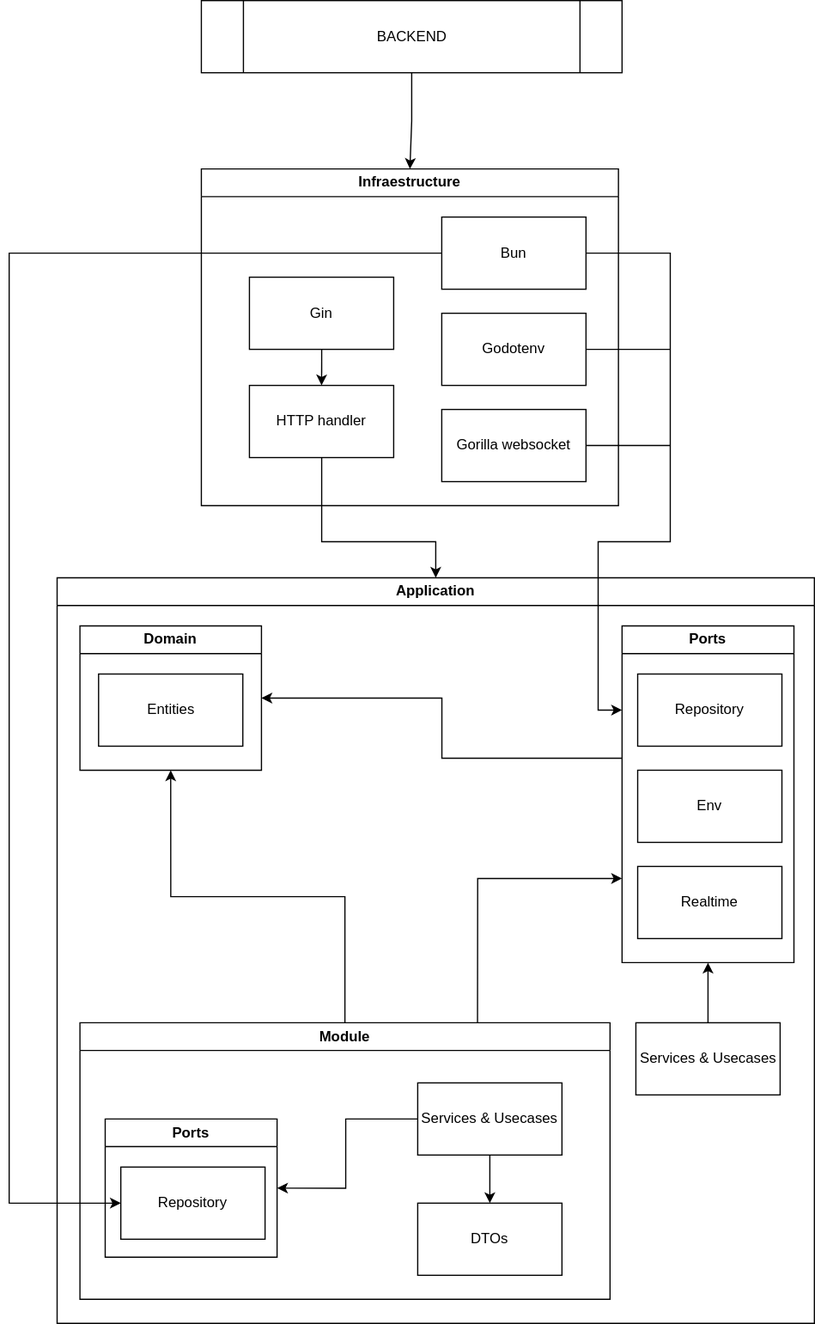
Above: assets/Hexa - Diagrama de arquitectura.svg in lautarok/hexa (draw.io), before the change. Source tidied: cells renumbered, new cells last; positions are measured from the earlier drawing's top-left corner, leaving out a move shared by most shapes.
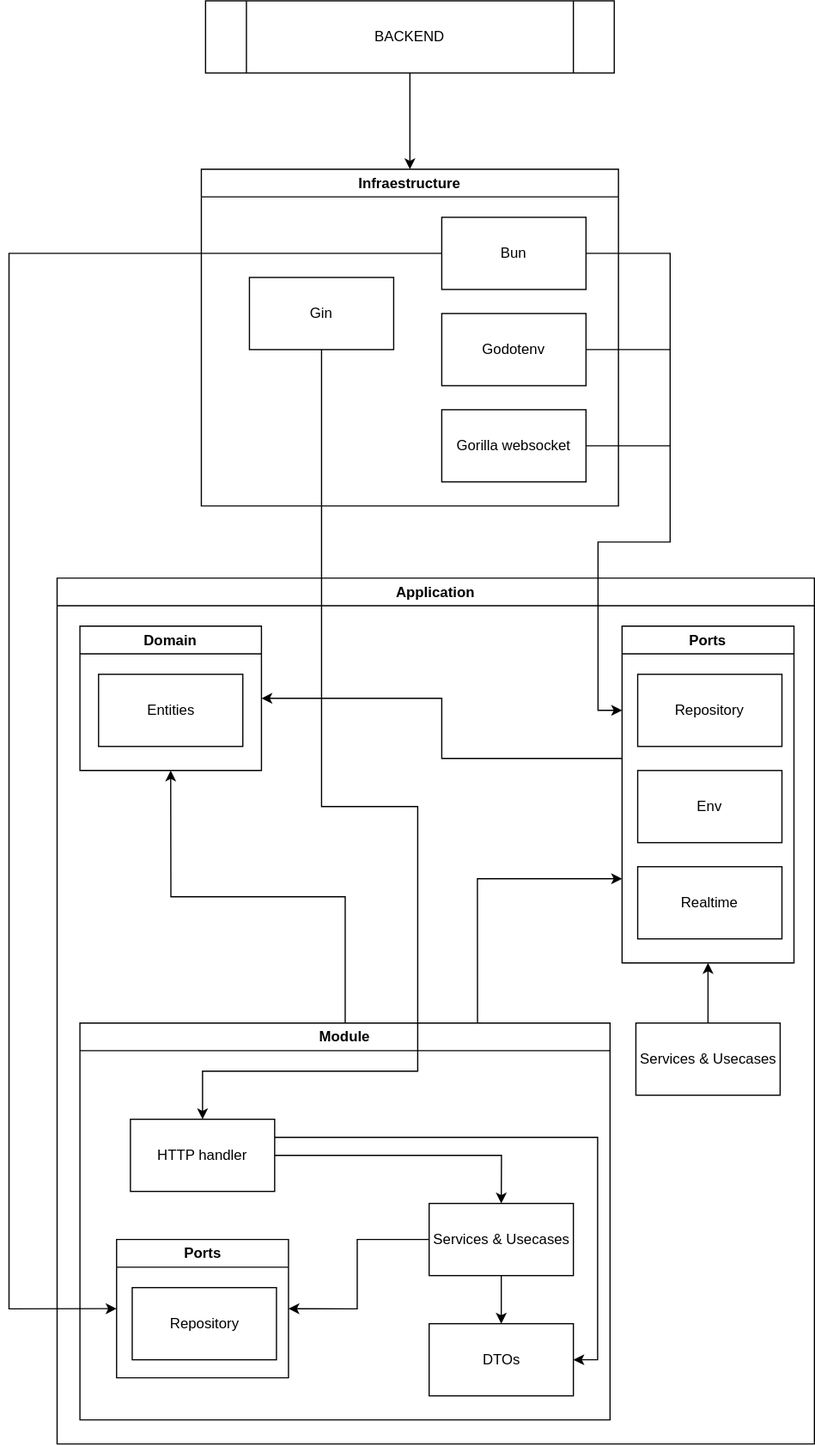
Later version of the same file.

What changed in the source:
```diff
@@ -3,13 +3,13 @@
     <mxCell id="0" />
     <mxCell id="1" parent="0" />
     <mxCell id="2" value="BACKEND" style="shape=process;whiteSpace=wrap;html=1;backgroundOutline=1;" parent="1" vertex="1">
-      <mxGeometry x="160" width="350" height="60" as="geometry" />
+      <mxGeometry x="163.5" width="340" height="60" as="geometry" />
     </mxCell>
     <mxCell id="3" style="edgeStyle=orthogonalEdgeStyle;rounded=0;jettySize=auto;html=1;exitX=0.5;exitY=1;exitDx=0;exitDy=0;entryX=0.5;entryY=0;entryDx=0;entryDy=0;" parent="1" edge="1" source="2" target="23">
       <mxGeometry relative="1" as="geometry" />
     </mxCell>
     <mxCell id="4" value="Application" style="swimlane;whiteSpace=wrap;html=1;" parent="1" vertex="1">
-      <mxGeometry x="40" y="480" width="630" height="620" as="geometry" />
+      <mxGeometry x="40" y="480" width="630" height="720" as="geometry" />
     </mxCell>
     <mxCell id="5" value="Ports" style="swimlane;whiteSpace=wrap;html=1;" parent="4" vertex="1">
       <mxGeometry x="470" y="40" width="143" height="280" as="geometry" />
@@ -41,7 +41,7 @@
       <mxGeometry relative="1" as="geometry" />
     </mxCell>
     <mxCell id="14" value="Module" style="swimlane;whiteSpace=wrap;html=1;" parent="4" vertex="1">
-      <mxGeometry x="19" y="370" width="441" height="230" as="geometry" />
+      <mxGeometry x="19" y="370" width="441" height="330" as="geometry" />
     </mxCell>
     <mxCell id="15" style="edgeStyle=orthogonalEdgeStyle;rounded=0;jettySize=auto;html=1;exitX=0.5;exitY=1;exitDx=0;exitDy=0;entryX=0.5;entryY=0;entryDx=0;entryDy=0;" parent="14" edge="1" source="17" target="18">
       <mxGeometry relative="1" as="geometry" />
@@ -49,23 +49,32 @@
     <mxCell id="16" style="edgeStyle=orthogonalEdgeStyle;rounded=0;jettySize=auto;html=1;exitX=0;exitY=0.5;exitDx=0;exitDy=0;entryX=1;entryY=0.5;entryDx=0;entryDy=0;" parent="14" edge="1" source="17" target="19">
       <mxGeometry relative="1" as="geometry">
         <Array as="points">
-          <mxPoint x="221" y="80" />
-          <mxPoint x="221" y="138" />
+          <mxPoint x="230.5" y="180" />
+          <mxPoint x="230.5" y="238" />
         </Array>
       </mxGeometry>
     </mxCell>
     <mxCell id="17" value="Services &amp;amp; Usecases" style="rounded=0;whiteSpace=wrap;html=1;" parent="14" vertex="1">
-      <mxGeometry x="281" y="50" width="120" height="60" as="geometry" />
+      <mxGeometry x="290.5" y="150" width="120" height="60" as="geometry" />
     </mxCell>
     <mxCell id="18" value="DTOs" style="rounded=0;whiteSpace=wrap;html=1;" parent="14" vertex="1">
-      <mxGeometry x="281" y="150" width="120" height="60" as="geometry" />
+      <mxGeometry x="290.5" y="250" width="120" height="60" as="geometry" />
     </mxCell>
     <mxCell id="19" value="Ports" style="swimlane;whiteSpace=wrap;html=1;" parent="14" vertex="1">
-      <mxGeometry x="21" y="80" width="143" height="115" as="geometry" />
+      <mxGeometry x="30.5" y="180" width="143" height="115" as="geometry" />
     </mxCell>
     <mxCell id="20" value="Repository" style="rounded=0;whiteSpace=wrap;html=1;" parent="19" vertex="1">
       <mxGeometry x="13" y="40" width="120" height="60" as="geometry" />
     </mxCell>
+    <mxCell id="35" style="edgeStyle=orthogonalEdgeStyle;rounded=0;jettySize=auto;html=1;entryX=0.5;entryY=0;entryDx=0;entryDy=0;" parent="14" edge="1" source="31" target="17">
+      <mxGeometry relative="1" as="geometry" />
+    </mxCell>
+    <mxCell id="36" style="edgeStyle=orthogonalEdgeStyle;rounded=0;jettySize=auto;html=1;exitX=1;exitY=0.25;exitDx=0;exitDy=0;entryX=1;entryY=0.5;entryDx=0;entryDy=0;" parent="14" edge="1" source="31" target="18">
+      <mxGeometry relative="1" as="geometry" />
+    </mxCell>
+    <mxCell id="31" value="HTTP handler" style="rounded=0;whiteSpace=wrap;html=1;" parent="14" vertex="1">
+      <mxGeometry x="42" y="80" width="120" height="60" as="geometry" />
+    </mxCell>
     <mxCell id="21" style="edgeStyle=orthogonalEdgeStyle;rounded=0;jettySize=auto;html=1;entryX=0.5;entryY=1;entryDx=0;entryDy=0;" parent="4" edge="1" source="22" target="5">
       <mxGeometry relative="1" as="geometry" />
     </mxCell>
@@ -75,9 +84,6 @@
     <mxCell id="23" value="Infraestructure" style="swimlane;whiteSpace=wrap;html=1;" parent="1" vertex="1">
       <mxGeometry x="160" y="140" width="347" height="280" as="geometry" />
     </mxCell>
-    <mxCell id="24" style="edgeStyle=orthogonalEdgeStyle;rounded=0;jettySize=auto;html=1;entryX=0.5;entryY=0;entryDx=0;entryDy=0;" parent="23" edge="1" source="25" target="31">
-      <mxGeometry relative="1" as="geometry" />
-    </mxCell>
     <mxCell id="25" value="Gin" style="rounded=0;whiteSpace=wrap;html=1;" parent="23" vertex="1">
       <mxGeometry x="40" y="90" width="120" height="60" as="geometry" />
     </mxCell>
@@ -100,17 +106,6 @@
     <mxCell id="30" value="Gorilla w&lt;span style=&quot;background-color: transparent; color: light-dark(rgb(0, 0, 0), rgb(255, 255, 255));&quot;&gt;ebsocket&lt;/span&gt;" style="rounded=0;whiteSpace=wrap;html=1;" parent="23" vertex="1">
       <mxGeometry x="200" y="200" width="120" height="60" as="geometry" />
     </mxCell>
-    <mxCell id="31" value="HTTP handler" style="rounded=0;whiteSpace=wrap;html=1;" parent="23" vertex="1">
-      <mxGeometry x="40" y="180" width="120" height="60" as="geometry" />
-    </mxCell>
-    <mxCell id="32" style="edgeStyle=orthogonalEdgeStyle;rounded=0;jettySize=auto;html=1;entryX=0.5;entryY=0;entryDx=0;entryDy=0;" parent="1" edge="1" source="31" target="4">
-      <mxGeometry relative="1" as="geometry">
-        <Array as="points">
-          <mxPoint x="260" y="450" />
-          <mxPoint x="355" y="450" />
-        </Array>
-      </mxGeometry>
-    </mxCell>
     <mxCell id="33" style="edgeStyle=orthogonalEdgeStyle;rounded=0;jettySize=auto;html=1;exitX=1;exitY=0.5;exitDx=0;exitDy=0;entryX=0;entryY=0.25;entryDx=0;entryDy=0;" parent="1" edge="1" source="26" target="5">
       <mxGeometry relative="1" as="geometry">
         <Array as="points">
@@ -121,13 +116,23 @@
         </Array>
       </mxGeometry>
     </mxCell>
-    <mxCell id="34" style="edgeStyle=orthogonalEdgeStyle;rounded=0;jettySize=auto;html=1;exitX=0;exitY=0.5;exitDx=0;exitDy=0;" parent="1" edge="1" source="26" target="20">
+    <mxCell id="34" style="edgeStyle=orthogonalEdgeStyle;rounded=0;jettySize=auto;html=1;exitX=0;exitY=0.5;exitDx=0;exitDy=0;entryX=0;entryY=0.5;entryDx=0;entryDy=0;" parent="1" edge="1" source="26" target="19">
       <mxGeometry relative="1" as="geometry">
         <Array as="points">
           <mxPoint y="210" />
-          <mxPoint y="1000" />
+          <mxPoint y="1088" />
         </Array>
       </mxGeometry>
     </mxCell>
+    <mxCell id="24" style="edgeStyle=orthogonalEdgeStyle;rounded=0;jettySize=auto;html=1;entryX=0.5;entryY=0;entryDx=0;entryDy=0;exitX=0.5;exitY=1;exitDx=0;exitDy=0;" parent="1" edge="1" source="25" target="31">
+      <mxGeometry relative="1" as="geometry">
+        <Array as="points">
+          <mxPoint x="260" y="670" />
+          <mxPoint x="340" y="670" />
+          <mxPoint x="340" y="890" />
+          <mxPoint x="161" y="890" />
+        </Array>
+      </mxGeometry>
+    </mxCell>
   </root>
 </mxGraphModel>
```
